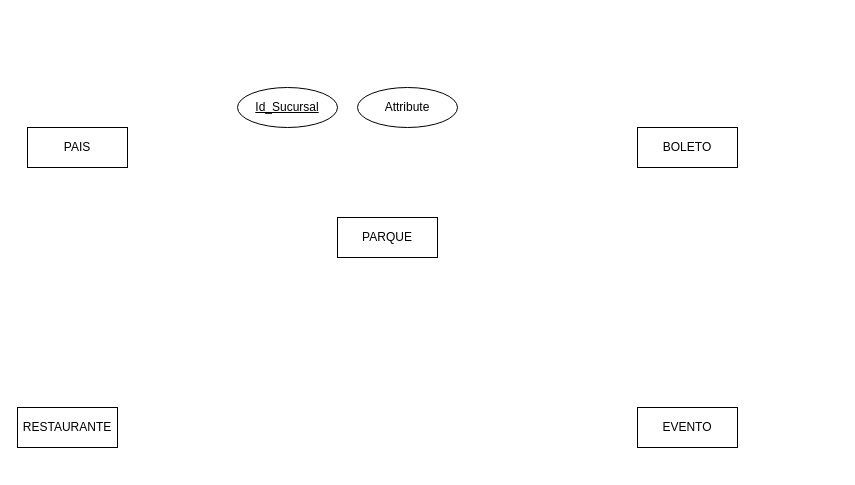
IsraMejia/DiagramasEntidadRelacion keeps this draw.io diagram as Untitled Diagram.drawio. Above is the earlier version. Source tidied: cells renumbered, new cells numbered last; positions are measured from the earlier drawing's top-left corner, leaving out a move shared by most shapes. Both pictures are drawn from the tidied source at 100%, with x=0, y=0 at pixel (17, 87).
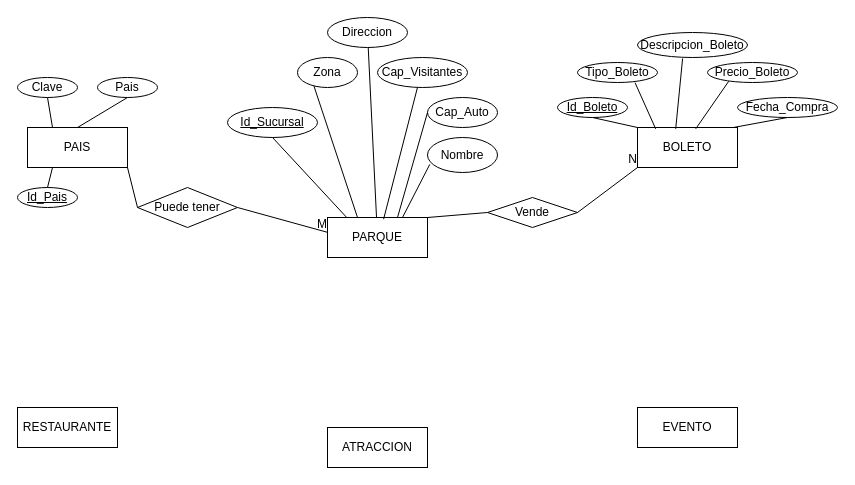
Above is the later version.

Commit message:
Se estan creando los atributos de las entidades del parque

Unchanged cells that the change refers to:
```xml
<mxCell id="3" value="PAIS" style="whiteSpace=wrap;html=1;align=center;" parent="1" vertex="1">
  <mxGeometry x="10" y="40" width="100" height="40" as="geometry" />
</mxCell>
<mxCell id="4" value="BOLETO" style="whiteSpace=wrap;html=1;align=center;" parent="1" vertex="1">
  <mxGeometry x="620" y="40" width="100" height="40" as="geometry" />
</mxCell>
```

Change to the diagram source:
```diff
@@
     <mxCell id="2" value="PARQUE" style="whiteSpace=wrap;html=1;align=center;" parent="1" vertex="1">
-      <mxGeometry x="320" y="130" width="100" height="40" as="geometry" />
+      <mxGeometry x="310" y="130" width="100" height="40" as="geometry" />
     </mxCell>
@@
     <mxCell id="7" value="Id_Sucursal" style="ellipse;whiteSpace=wrap;html=1;align=center;fontStyle=4;" parent="1" vertex="1">
-      <mxGeometry x="220" width="100" height="40" as="geometry" />
+      <mxGeometry x="210" y="20" width="90" height="30" as="geometry" />
     </mxCell>
-    <mxCell id="8" value="Attribute" style="ellipse;whiteSpace=wrap;html=1;align=center;" parent="1" vertex="1">
-      <mxGeometry x="340" width="100" height="40" as="geometry" />
+    <mxCell id="8" value="Zona" style="ellipse;whiteSpace=wrap;html=1;align=center;" parent="1" vertex="1">
+      <mxGeometry x="280" y="-30" width="60" height="30" as="geometry" />
     </mxCell>
+    <mxCell id="9" value="Direccion" style="ellipse;whiteSpace=wrap;html=1;align=center;" parent="1" vertex="1">
+      <mxGeometry x="310" y="-70" width="80" height="30" as="geometry" />
+    </mxCell>
+    <mxCell id="10" value="Cap_Visitantes" style="ellipse;whiteSpace=wrap;html=1;align=center;" parent="1" vertex="1">
+      <mxGeometry x="360" y="-30" width="90" height="30" as="geometry" />
+    </mxCell>
+    <mxCell id="11" value="Cap_Auto" style="ellipse;whiteSpace=wrap;html=1;align=center;" parent="1" vertex="1">
+      <mxGeometry x="410" y="10" width="70" height="30" as="geometry" />
+    </mxCell>
+    <mxCell id="12" value="Nombre" style="ellipse;whiteSpace=wrap;html=1;align=center;" parent="1" vertex="1">
+      <mxGeometry x="410" y="50" width="70" height="35" as="geometry" />
+    </mxCell>
+    <mxCell id="13" style="endArrow=none;html=1;rounded=0;exitX=0.5;exitY=1;exitDx=0;exitDy=0;entryX=0.189;entryY=-0.009;entryDx=0;entryDy=0;entryPerimeter=0;" parent="1" edge="1" source="7" target="2">
+      <mxGeometry relative="1" as="geometry" />
+    </mxCell>
+    <mxCell id="14" style="endArrow=none;html=1;rounded=0;exitX=0.274;exitY=0.953;exitDx=0;exitDy=0;entryX=0.299;entryY=-0.009;entryDx=0;entryDy=0;entryPerimeter=0;exitPerimeter=0;" parent="1" edge="1" source="8" target="2">
+      <mxGeometry relative="1" as="geometry" />
+    </mxCell>
+    <mxCell id="15" style="endArrow=none;html=1;rounded=0;" parent="1" edge="1" source="9" target="2">
+      <mxGeometry relative="1" as="geometry" />
+    </mxCell>
+    <mxCell id="16" style="endArrow=none;html=1;rounded=0;exitX=0.444;exitY=1;exitDx=0;exitDy=0;exitPerimeter=0;entryX=0.561;entryY=0.042;entryDx=0;entryDy=0;entryPerimeter=0;" parent="1" edge="1" source="10" target="2">
+      <mxGeometry relative="1" as="geometry" />
+    </mxCell>
+    <mxCell id="17" style="endArrow=none;html=1;rounded=0;entryX=0;entryY=0.5;entryDx=0;entryDy=0;exitX=0.7;exitY=0;exitDx=0;exitDy=0;exitPerimeter=0;" parent="1" edge="1" source="2" target="11">
+      <mxGeometry relative="1" as="geometry" />
+    </mxCell>
+    <mxCell id="18" style="endArrow=none;html=1;rounded=0;exitX=0.033;exitY=0.767;exitDx=0;exitDy=0;exitPerimeter=0;entryX=0.75;entryY=0;entryDx=0;entryDy=0;" parent="1" edge="1" source="12" target="2">
+      <mxGeometry relative="1" as="geometry" />
+    </mxCell>
+    <mxCell id="19" value="Puede tener" style="shape=rhombus;perimeter=rhombusPerimeter;whiteSpace=wrap;html=1;align=center;" parent="1" vertex="1">
+      <mxGeometry x="120" y="100" width="100" height="40" as="geometry" />
+    </mxCell>
+    <mxCell id="20" style="endArrow=none;html=1;rounded=0;exitX=1;exitY=0.5;exitDx=0;exitDy=0;entryX=-0.001;entryY=0.37;entryDx=0;entryDy=0;entryPerimeter=0;" parent="1" edge="1" source="19" target="2">
+      <mxGeometry relative="1" as="geometry" />
+    </mxCell>
+    <mxCell id="21" value="M" style="html=1;align=right;verticalAlign=bottom;" parent="20" vertex="1">
+      <mxGeometry x="1" relative="1" as="geometry" />
+    </mxCell>
+    <mxCell id="22" style="endArrow=none;html=1;rounded=0;exitX=1;exitY=1;exitDx=0;exitDy=0;" parent="1" edge="1" source="3">
+      <mxGeometry relative="1" as="geometry">
+        <mxPoint x="120" y="120" as="targetPoint" />
+      </mxGeometry>
+    </mxCell>
+    <mxCell id="23" value="Clave" style="ellipse;whiteSpace=wrap;html=1;align=center;" parent="1" vertex="1">
+      <mxGeometry y="-10" width="60" height="20" as="geometry" />
+    </mxCell>
+    <mxCell id="24" value="Pais" style="ellipse;whiteSpace=wrap;html=1;align=center;" parent="1" vertex="1">
+      <mxGeometry x="80" y="-10" width="60" height="20" as="geometry" />
+    </mxCell>
+    <mxCell id="25" value="Id_Pais" style="ellipse;whiteSpace=wrap;html=1;align=center;fontStyle=4;" parent="1" vertex="1">
+      <mxGeometry y="100" width="60" height="20" as="geometry" />
+    </mxCell>
+    <mxCell id="26" style="endArrow=none;html=1;rounded=0;exitX=0.5;exitY=1;exitDx=0;exitDy=0;entryX=0.25;entryY=0;entryDx=0;entryDy=0;" parent="1" edge="1" source="23" target="3">
+      <mxGeometry relative="1" as="geometry" />
+    </mxCell>
+    <mxCell id="27" style="endArrow=none;html=1;rounded=0;exitX=0.5;exitY=0;exitDx=0;exitDy=0;entryX=0.5;entryY=1;entryDx=0;entryDy=0;" parent="1" edge="1" source="3" target="24">
+      <mxGeometry relative="1" as="geometry" />
+    </mxCell>
+    <mxCell id="28" style="endArrow=none;html=1;rounded=0;exitX=0.25;exitY=1;exitDx=0;exitDy=0;entryX=0.5;entryY=0;entryDx=0;entryDy=0;" parent="1" edge="1" source="3" target="25">
+      <mxGeometry relative="1" as="geometry" />
+    </mxCell>
+    <mxCell id="29" value="Vende" style="shape=rhombus;perimeter=rhombusPerimeter;whiteSpace=wrap;html=1;align=center;" parent="1" vertex="1">
+      <mxGeometry x="470" y="110" width="90" height="30" as="geometry" />
+    </mxCell>
+    <mxCell id="30" style="endArrow=none;html=1;rounded=0;entryX=0;entryY=0.5;entryDx=0;entryDy=0;exitX=1;exitY=0;exitDx=0;exitDy=0;" parent="1" edge="1" source="2" target="29">
+      <mxGeometry relative="1" as="geometry" />
+    </mxCell>
+    <mxCell id="31" style="endArrow=none;html=1;rounded=0;exitX=1;exitY=0.5;exitDx=0;exitDy=0;entryX=0;entryY=1;entryDx=0;entryDy=0;" parent="1" edge="1" source="29" target="4">
+      <mxGeometry relative="1" as="geometry" />
+    </mxCell>
+    <mxCell id="32" value="N" style="html=1;align=right;verticalAlign=bottom;" parent="31" vertex="1">
+      <mxGeometry x="1" relative="1" as="geometry" />
+    </mxCell>
+    <mxCell id="33" value="Id_Boleto" style="ellipse;whiteSpace=wrap;html=1;align=center;fontStyle=4;" parent="1" vertex="1">
+      <mxGeometry x="540" y="10" width="70" height="20" as="geometry" />
+    </mxCell>
+    <mxCell id="34" value="Tipo_Boleto" style="ellipse;whiteSpace=wrap;html=1;align=center;" parent="1" vertex="1">
+      <mxGeometry x="560" y="-25" width="80" height="20" as="geometry" />
+    </mxCell>
+    <mxCell id="35" value="Descripcion_Boleto" style="ellipse;whiteSpace=wrap;html=1;align=center;" parent="1" vertex="1">
+      <mxGeometry x="620" y="-55" width="110" height="25" as="geometry" />
+    </mxCell>
+    <mxCell id="36" value="Precio_Boleto" style="ellipse;whiteSpace=wrap;html=1;align=center;" parent="1" vertex="1">
+      <mxGeometry x="690" y="-25" width="90" height="20" as="geometry" />
+    </mxCell>
+    <mxCell id="37" value="Fecha_Compra" style="ellipse;whiteSpace=wrap;html=1;align=center;" parent="1" vertex="1">
+      <mxGeometry x="720" y="10" width="100" height="20" as="geometry" />
+    </mxCell>
+    <mxCell id="38" style="endArrow=none;html=1;rounded=0;exitX=0.5;exitY=1;exitDx=0;exitDy=0;entryX=0;entryY=0;entryDx=0;entryDy=0;" parent="1" edge="1" source="33" target="4">
+      <mxGeometry relative="1" as="geometry" />
+    </mxCell>
+    <mxCell id="39" style="endArrow=none;html=1;rounded=0;exitX=0.719;exitY=1.007;exitDx=0;exitDy=0;entryX=0.182;entryY=0.034;entryDx=0;entryDy=0;entryPerimeter=0;exitPerimeter=0;" parent="1" edge="1" source="34" target="4">
+      <mxGeometry relative="1" as="geometry" />
+    </mxCell>
+    <mxCell id="40" style="endArrow=none;html=1;rounded=0;exitX=0.382;exitY=0.034;exitDx=0;exitDy=0;exitPerimeter=0;entryX=0.41;entryY=1.04;entryDx=0;entryDy=0;entryPerimeter=0;" parent="1" edge="1" source="4" target="35">
+      <mxGeometry relative="1" as="geometry" />
+    </mxCell>
+    <mxCell id="41" style="endArrow=none;html=1;rounded=0;exitX=0.582;exitY=0.034;exitDx=0;exitDy=0;exitPerimeter=0;entryX=0.236;entryY=0.938;entryDx=0;entryDy=0;entryPerimeter=0;" parent="1" edge="1" source="4" target="36">
+      <mxGeometry relative="1" as="geometry" />
+    </mxCell>
+    <mxCell id="42" style="endArrow=none;html=1;rounded=0;exitX=0.961;exitY=-0.001;exitDx=0;exitDy=0;exitPerimeter=0;entryX=0.5;entryY=1;entryDx=0;entryDy=0;" parent="1" edge="1" source="4" target="37">
+      <mxGeometry relative="1" as="geometry" />
+    </mxCell>
+    <mxCell id="43" value="ATRACCION" style="whiteSpace=wrap;html=1;align=center;" parent="1" vertex="1">
+      <mxGeometry x="310" y="340" width="100" height="40" as="geometry" />
+    </mxCell>
```
